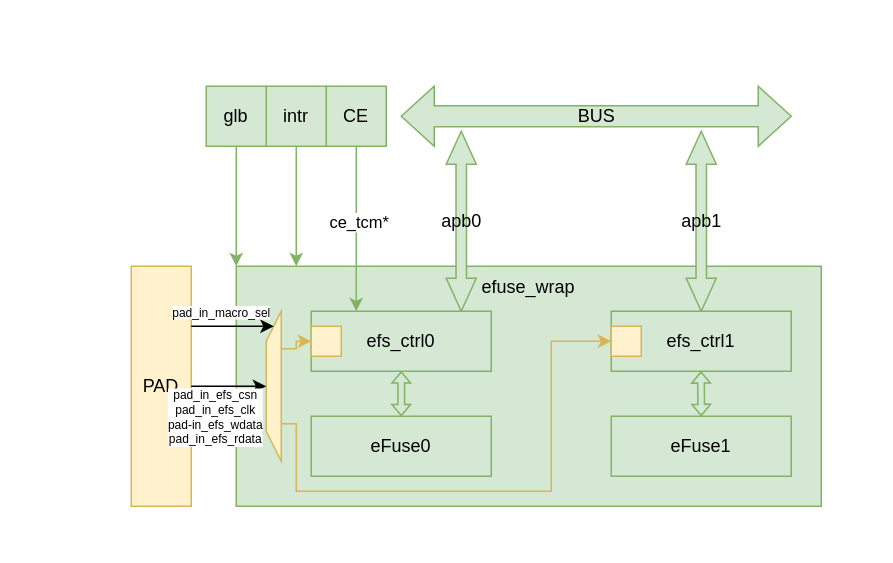
Earlier version of the draw.io diagram page "第 2 页" (2 of 2) of axera_mc8860/mc8860_efuse.drawio (howeip/Diagram). Source tidied: cells renumbered, new cells numbered last; positions are measured from the earlier drawing's top-left corner, leaving out a move shared by most shapes. Both pictures are drawn from the tidied source at 150%, with x=0, y=0 at pixel (130, 86).
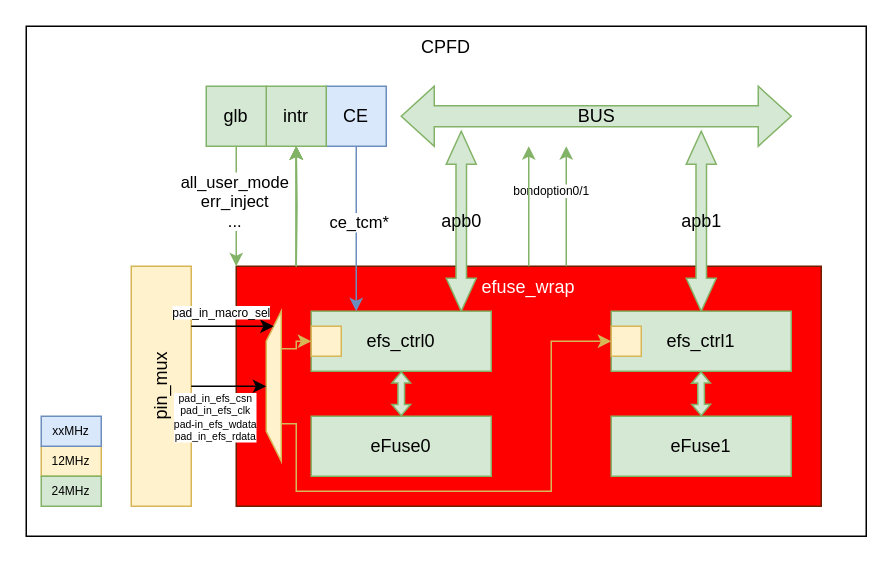
Above is the later version.

The change refers to these unchanged cells:
```xml
<mxCell id="6" value="efs_ctrl0" style="rounded=0;whiteSpace=wrap;html=1;fillColor=#d5e8d4;strokeColor=#82b366;" parent="1" vertex="1">
  <mxGeometry x="120" y="150" width="120" height="40" as="geometry" />
</mxCell>
<mxCell id="21" style="edgeStyle=orthogonalEdgeStyle;rounded=0;jettySize=auto;html=1;" parent="1" edge="1" source="15" target="18">
  <mxGeometry relative="1" as="geometry" />
</mxCell>
<mxCell id="26" value="intr" style="whiteSpace=wrap;html=1;fillColor=#d5e8d4;strokeColor=#82b366;" parent="1" vertex="1">
  <mxGeometry x="90" width="40" height="40" as="geometry" />
</mxCell>
<mxCell id="27" style="edgeStyle=orthogonalEdgeStyle;rounded=0;jettySize=auto;html=1;entryX=0;entryY=0;entryDx=0;entryDy=0;strokeColor=#82b366;fillColor=#d5e8d4;" parent="1" edge="1" source="28" target="2">
  <mxGeometry relative="1" as="geometry" />
</mxCell>
```

What changed in the source:
```diff
@@
+    <mxCell id="29" value="CPFD" style="rounded=0;whiteSpace=wrap;html=1;verticalAlign=top;" parent="1" vertex="1">
+      <mxGeometry x="-70" y="-40" width="560" height="340" as="geometry" />
+    </mxCell>
-    <mxCell id="2" value="efuse_wrap" style="rounded=0;whiteSpace=wrap;html=1;verticalAlign=top;fillColor=#d5e8d4;strokeColor=#82b366;" parent="1" vertex="1">
+    <mxCell id="2" value="efuse_wrap" style="rounded=0;whiteSpace=wrap;html=1;verticalAlign=top;fillColor=#FF0000;strokeColor=#6D1F00;fontColor=#ffffff;" parent="1" vertex="1">
       <mxGeometry x="70" y="120" width="390" height="160" as="geometry" />
     </mxCell>
@@
-    <mxCell id="12" style="edgeStyle=orthogonalEdgeStyle;rounded=0;jettySize=auto;html=1;entryX=0.25;entryY=0;entryDx=0;entryDy=0;fillColor=#d5e8d4;strokeColor=#82b366;" parent="1" edge="1" source="14" target="6">
+    <mxCell id="12" style="edgeStyle=orthogonalEdgeStyle;rounded=0;jettySize=auto;html=1;entryX=0.25;entryY=0;entryDx=0;entryDy=0;fillColor=#dae8fc;strokeColor=#6c8ebf;" parent="1" edge="1" source="14" target="6">
       <mxGeometry relative="1" as="geometry" />
     </mxCell>
@@
-    <mxCell id="14" value="CE" style="whiteSpace=wrap;html=1;fillColor=#d5e8d4;strokeColor=#82b366;" parent="1" vertex="1">
+    <mxCell id="14" value="CE" style="whiteSpace=wrap;html=1;fillColor=#dae8fc;strokeColor=#6c8ebf;" parent="1" vertex="1">
       <mxGeometry x="130" width="40" height="40" as="geometry" />
     </mxCell>
-    <mxCell id="15" value="PAD" style="rounded=0;whiteSpace=wrap;html=1;fillColor=#fff2cc;strokeColor=#d6b656;" parent="1" vertex="1">
+    <mxCell id="15" value="pin_mux" style="rounded=0;whiteSpace=wrap;html=1;fillColor=#fff2cc;strokeColor=#d6b656;horizontal=0;" parent="1" vertex="1">
       <mxGeometry y="120" width="40" height="160" as="geometry" />
     </mxCell>
@@
-    <mxCell id="22" value="pad_in_efs_csn&lt;div&gt;pad_in_efs_clk&lt;br&gt;&lt;div&gt;pad-in_efs_wdata&lt;/div&gt;&lt;div&gt;pad_in_efs_rdata&lt;/div&gt;&lt;/div&gt;" style="edgeLabel;html=1;align=center;verticalAlign=middle;fontSize=8;" parent="21" vertex="1">
+    <mxCell id="22" value="pad_in_efs_csn&lt;div&gt;pad_in_efs_clk&lt;br&gt;&lt;div&gt;pad-in_efs_wdata&lt;/div&gt;&lt;div&gt;pad_in_efs_rdata&lt;/div&gt;&lt;/div&gt;" style="edgeLabel;html=1;align=center;verticalAlign=middle;fontSize=7;" parent="21" vertex="1">
       <mxGeometry x="-0.39" relative="1" as="geometry">
         <mxPoint y="20" as="offset" />
       </mxGeometry>
     </mxCell>
@@
-    <mxCell id="25" style="edgeStyle=orthogonalEdgeStyle;rounded=0;jettySize=auto;html=1;strokeColor=#82b366;fillColor=#d5e8d4;" parent="1" edge="1" source="26">
+    <mxCell id="25" style="edgeStyle=orthogonalEdgeStyle;rounded=0;jettySize=auto;html=1;strokeColor=#82b366;fillColor=#d5e8d4;" parent="1" edge="1" target="26">
       <mxGeometry relative="1" as="geometry">
-        <mxPoint x="110" y="120" as="targetPoint" />
+        <mxPoint x="110" y="120" as="sourcePoint" />
       </mxGeometry>
     </mxCell>
@@
+    <mxCell id="30" value="all_user_mode&lt;div&gt;err_inject&lt;/div&gt;&lt;div&gt;...&lt;/div&gt;" style="edgeLabel;html=1;align=center;verticalAlign=middle;" parent="27" vertex="1">
+      <mxGeometry x="-0.11" y="-2" relative="1" as="geometry" />
+    </mxCell>
@@
+    <mxCell id="31" value="12MHz" style="rounded=0;whiteSpace=wrap;html=1;fillColor=#fff2cc;strokeColor=#d6b656;horizontal=1;fontSize=8;" parent="1" vertex="1">
+      <mxGeometry x="-60" y="240" width="40" height="20" as="geometry" />
+    </mxCell>
+    <mxCell id="32" value="24MHz" style="rounded=0;whiteSpace=wrap;html=1;fillColor=#d5e8d4;strokeColor=#82b366;fontSize=8;" parent="1" vertex="1">
+      <mxGeometry x="-60" y="260" width="40" height="20" as="geometry" />
+    </mxCell>
+    <mxCell id="33" value="xxMHz" style="rounded=0;whiteSpace=wrap;html=1;fillColor=#dae8fc;strokeColor=#6c8ebf;horizontal=1;fontSize=8;" parent="1" vertex="1">
+      <mxGeometry x="-60" y="220" width="40" height="20" as="geometry" />
+    </mxCell>
+    <mxCell id="34" style="edgeStyle=orthogonalEdgeStyle;rounded=0;jettySize=auto;html=1;strokeColor=#82b366;fillColor=#d5e8d4;" parent="1" edge="1" target="26">
+      <mxGeometry relative="1" as="geometry">
+        <mxPoint x="110" y="120" as="sourcePoint" />
+        <Array as="points">
+          <mxPoint x="110" y="110" />
+          <mxPoint x="110" y="110" />
+        </Array>
+      </mxGeometry>
+    </mxCell>
+    <mxCell id="35" style="edgeStyle=orthogonalEdgeStyle;rounded=0;jettySize=auto;html=1;strokeColor=#82b366;fillColor=#d5e8d4;" parent="1" edge="1" target="26">
+      <mxGeometry relative="1" as="geometry">
+        <mxPoint x="110" y="120" as="sourcePoint" />
+        <Array as="points">
+          <mxPoint x="110" y="110" />
+          <mxPoint x="110" y="110" />
+        </Array>
+      </mxGeometry>
+    </mxCell>
+    <mxCell id="36" style="edgeStyle=orthogonalEdgeStyle;rounded=0;orthogonalLoop=1;jettySize=auto;html=1;strokeColor=#82b366;fillColor=#d5e8d4;" parent="1" edge="1">
+      <mxGeometry relative="1" as="geometry">
+        <mxPoint x="110" y="120" as="sourcePoint" />
+        <mxPoint x="110" y="40" as="targetPoint" />
+        <Array as="points">
+          <mxPoint x="110" y="110" />
+          <mxPoint x="110" y="110" />
+        </Array>
+      </mxGeometry>
+    </mxCell>
+    <mxCell id="37" value="bondoption0/1" style="edgeStyle=orthogonalEdgeStyle;rounded=0;orthogonalLoop=1;jettySize=auto;html=1;strokeColor=#82b366;fillColor=#d5e8d4;fontSize=8;" parent="1" edge="1">
+      <mxGeometry x="0.25" y="10" relative="1" as="geometry">
+        <mxPoint x="290" y="120" as="sourcePoint" />
+        <mxPoint x="290" y="40" as="targetPoint" />
+        <Array as="points">
+          <mxPoint x="290" y="110" />
+          <mxPoint x="290" y="110" />
+        </Array>
+      </mxGeometry>
+    </mxCell>
+    <mxCell id="38" style="edgeStyle=orthogonalEdgeStyle;rounded=0;jettySize=auto;html=1;strokeColor=#82b366;fillColor=#d5e8d4;exitX=0.5;exitY=0;exitDx=0;exitDy=0;" parent="1" edge="1" source="2">
+      <mxGeometry relative="1" as="geometry">
+        <mxPoint x="265" y="40" as="targetPoint" />
+        <Array as="points">
+          <mxPoint x="265" y="40" />
+        </Array>
+      </mxGeometry>
+    </mxCell>
```
